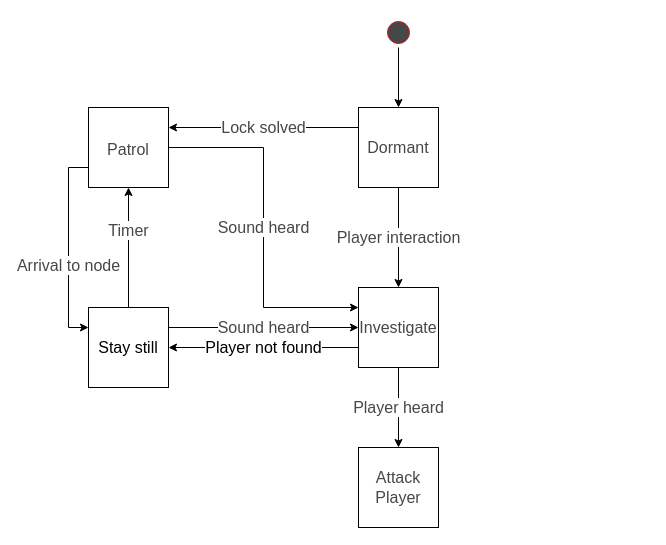
Earlier version of the draw.io diagram Roots of Eeveel/Assets/AI_FSM_Diagram.drawio (ilkp/Roots-of-Eeveel). Source tidied: cells renumbered, new cells numbered last; positions are measured from the earlier drawing's top-left corner, leaving out a move shared by most shapes. Both pictures are drawn from the tidied source at 100%, with x=0, y=0 at pixel (88, 17).
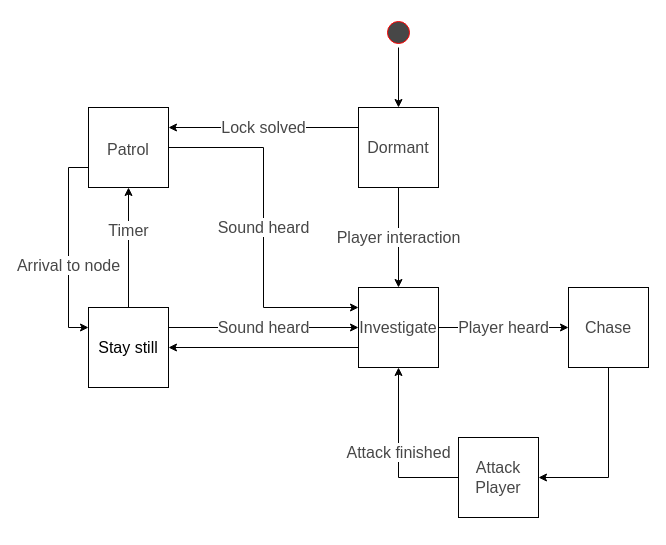
The same page after the edit.

Change to the diagram source:
```diff
@@
 <mxGraphModel>
   <root>
     <mxCell id="0" />
     <mxCell id="1" parent="0" />
     <mxCell id="2" value="Timer" style="edgeStyle=orthogonalEdgeStyle;rounded=0;jettySize=auto;html=1;exitX=0.5;exitY=0;exitDx=0;exitDy=0;entryX=0.5;entryY=1;entryDx=0;entryDy=0;fontSize=16;fontColor=#474747;" parent="1" edge="1" source="4" target="9">
       <mxGeometry x="0.29" relative="1" as="geometry" />
     </mxCell>
     <mxCell id="3" value="Sound heard" style="edgeStyle=orthogonalEdgeStyle;rounded=0;jettySize=auto;html=1;exitX=1;exitY=0.25;exitDx=0;exitDy=0;entryX=0;entryY=0.5;entryDx=0;entryDy=0;fontSize=16;fontColor=#474747;" parent="1" edge="1" source="4" target="12">
       <mxGeometry relative="1" as="geometry" />
     </mxCell>
     <mxCell id="4" value="&lt;font style=&quot;font-size: 16px&quot;&gt;Stay still&lt;/font&gt;" style="rounded=0;whiteSpace=wrap;html=1;" parent="1" vertex="1">
       <mxGeometry y="290" width="80" height="80" as="geometry" />
     </mxCell>
     <mxCell id="5" style="edgeStyle=orthogonalEdgeStyle;rounded=0;jettySize=auto;html=1;exitX=0.5;exitY=1;exitDx=0;exitDy=0;entryX=0.5;entryY=0;entryDx=0;entryDy=0;" parent="1" edge="1" source="6" target="16">
       <mxGeometry relative="1" as="geometry" />
     </mxCell>
     <mxCell id="6" value="&lt;br&gt;" style="ellipse;html=1;shape=startState;fillColor=#474747;strokeColor=#ff0000;fontColor=#474747;fontSize=24;" parent="1" vertex="1">
       <mxGeometry x="295" width="30" height="30" as="geometry" />
     </mxCell>
     <mxCell id="7" value="Sound heard" style="edgeStyle=orthogonalEdgeStyle;rounded=0;jettySize=auto;html=1;exitX=1;exitY=0.5;exitDx=0;exitDy=0;entryX=0;entryY=0.25;entryDx=0;entryDy=0;fontSize=16;fontColor=#474747;" parent="1" edge="1" source="9" target="12">
       <mxGeometry relative="1" as="geometry" />
     </mxCell>
     <mxCell id="8" value="Arrival to node" style="edgeStyle=orthogonalEdgeStyle;rounded=0;jettySize=auto;html=1;exitX=0;exitY=0.75;exitDx=0;exitDy=0;entryX=0;entryY=0.25;entryDx=0;entryDy=0;fontSize=16;fontColor=#474747;" parent="1" edge="1" source="9" target="4">
       <mxGeometry x="0.18" relative="1" as="geometry" />
     </mxCell>
     <mxCell id="9" value="&lt;font style=&quot;font-size: 16px&quot;&gt;Patrol&lt;br&gt;&lt;/font&gt;" style="rounded=0;whiteSpace=wrap;html=1;fillColor=#FFFFFF;fontSize=24;fontColor=#474747;" parent="1" vertex="1">
       <mxGeometry y="90" width="80" height="80" as="geometry" />
     </mxCell>
-    <mxCell id="10" value="Player heard" style="edgeStyle=orthogonalEdgeStyle;rounded=0;jettySize=auto;html=1;exitX=0.5;exitY=1;exitDx=0;exitDy=0;entryX=0.5;entryY=0;entryDx=0;entryDy=0;fontSize=16;fontColor=#474747;" parent="1" edge="1" source="12" target="13">
+    <mxCell id="10" value="Player heard" style="edgeStyle=orthogonalEdgeStyle;rounded=0;jettySize=auto;html=1;exitX=1;exitY=0.5;exitDx=0;exitDy=0;entryX=0;entryY=0.5;entryDx=0;entryDy=0;fontSize=16;fontColor=#474747;" parent="1" edge="1" source="12" target="19">
       <mxGeometry relative="1" as="geometry" />
     </mxCell>
-    <mxCell id="11" value="Player not found" style="edgeStyle=orthogonalEdgeStyle;rounded=0;jettySize=auto;html=1;exitX=0;exitY=0.75;exitDx=0;exitDy=0;entryX=1;entryY=0.5;entryDx=0;entryDy=0;fontSize=16;" parent="1" edge="1" source="12" target="4">
+    <mxCell id="11" style="edgeStyle=orthogonalEdgeStyle;rounded=0;jettySize=auto;html=1;exitX=0;exitY=0.75;exitDx=0;exitDy=0;entryX=1;entryY=0.5;entryDx=0;entryDy=0;fontSize=16;fontColor=#474747;" parent="1" edge="1" source="12" target="4">
       <mxGeometry relative="1" as="geometry" />
     </mxCell>
     <mxCell id="12" value="Investigate" style="rounded=0;whiteSpace=wrap;html=1;fillColor=#FFFFFF;fontSize=16;fontColor=#474747;" parent="1" vertex="1">
       <mxGeometry x="270" y="270" width="80" height="80" as="geometry" />
     </mxCell>
+    <mxCell id="17" value="Attack finished" style="edgeStyle=orthogonalEdgeStyle;rounded=0;jettySize=auto;html=1;exitX=0;exitY=0.5;exitDx=0;exitDy=0;entryX=0.5;entryY=1;entryDx=0;entryDy=0;fontSize=16;fontColor=#474747;" parent="1" edge="1" source="13" target="12">
+      <mxGeometry relative="1" as="geometry" />
+    </mxCell>
     <mxCell id="13" value="Attack Player" style="rounded=0;whiteSpace=wrap;html=1;fillColor=#FFFFFF;fontSize=16;fontColor=#474747;" parent="1" vertex="1">
-      <mxGeometry x="270" y="430" width="80" height="80" as="geometry" />
+      <mxGeometry x="370" y="420" width="80" height="80" as="geometry" />
     </mxCell>
     <mxCell id="14" value="Player interaction" style="edgeStyle=orthogonalEdgeStyle;rounded=0;jettySize=auto;html=1;exitX=0.5;exitY=1;exitDx=0;exitDy=0;entryX=0.5;entryY=0;entryDx=0;entryDy=0;fontSize=16;fontColor=#474747;" parent="1" edge="1" source="16" target="12">
       <mxGeometry relative="1" as="geometry" />
     </mxCell>
     <mxCell id="15" value="Lock solved" style="edgeStyle=orthogonalEdgeStyle;rounded=0;jettySize=auto;html=1;exitX=0;exitY=0.25;exitDx=0;exitDy=0;fontSize=16;fontColor=#474747;entryX=1;entryY=0.25;entryDx=0;entryDy=0;" parent="1" edge="1" source="16" target="9">
       <mxGeometry relative="1" as="geometry" />
     </mxCell>
     <mxCell id="16" value="Dormant" style="rounded=0;whiteSpace=wrap;html=1;fillColor=#FFFFFF;fontSize=16;fontColor=#474747;" parent="1" vertex="1">
       <mxGeometry x="270" y="90" width="80" height="80" as="geometry" />
     </mxCell>
+    <mxCell id="18" style="edgeStyle=orthogonalEdgeStyle;rounded=0;jettySize=auto;html=1;exitX=0.5;exitY=1;exitDx=0;exitDy=0;entryX=1;entryY=0.5;entryDx=0;entryDy=0;fontSize=16;fontColor=#474747;" parent="1" edge="1" source="19" target="13">
+      <mxGeometry relative="1" as="geometry" />
+    </mxCell>
+    <mxCell id="19" value="Chase" style="rounded=0;whiteSpace=wrap;html=1;fillColor=#FFFFFF;fontSize=16;fontColor=#474747;" parent="1" vertex="1">
+      <mxGeometry x="480" y="270" width="80" height="80" as="geometry" />
+    </mxCell>
   </root>
 </mxGraphModel>
```
